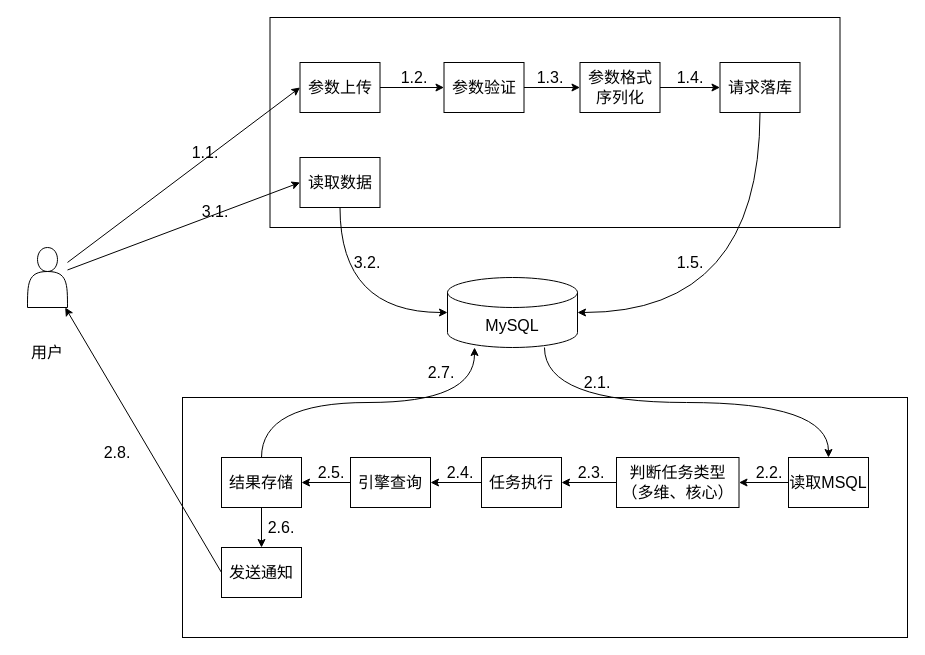
This is 多维分析支持高维判存.drawio from FlyThroughAir/DrawHere, a draw.io file, before an edit. Source tidied: cells renumbered, new cells numbered last; positions are measured from the earlier drawing's top-left corner, leaving out a move shared by most shapes. Both pictures are drawn from the tidied source at 100%, with x=0, y=0 at pixel (17, 17).
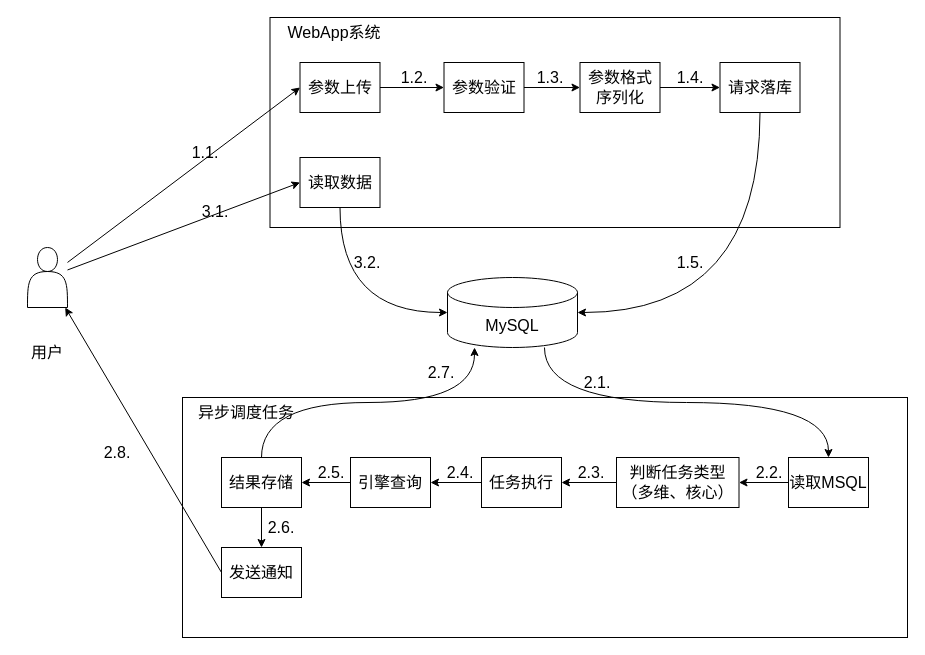
Above is the later version.

Commit message (it also covers changes not shown here):
更新多维分析支持高维判存.drawio

What changed in the source:
```diff
@@
+    <mxCell id="48" value="WebApp系统" style="text;html=1;strokeColor=none;fillColor=none;align=center;verticalAlign=middle;whiteSpace=wrap;rounded=0;fontSize=16;" parent="1" vertex="1">
+      <mxGeometry x="252.5" width="127.5" height="30" as="geometry" />
+    </mxCell>
+    <mxCell id="49" value="异步调度任务" style="text;html=1;strokeColor=none;fillColor=none;align=center;verticalAlign=middle;whiteSpace=wrap;rounded=0;fontSize=16;" parent="1" vertex="1">
+      <mxGeometry x="165" y="380" width="127.5" height="30" as="geometry" />
+    </mxCell>
```
